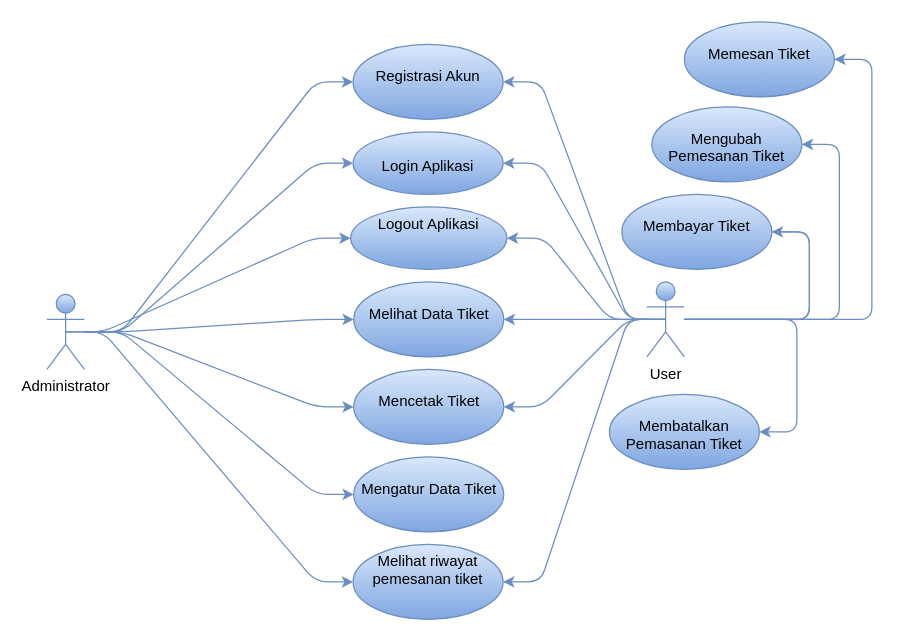
Before: useCaseDiagram.drawio in ricky3knowhere/IF214002, a draw.io diagram. Source tidied: cells renumbered, new cells numbered last; positions are measured from the earlier drawing's top-left corner, leaving out a move shared by most shapes. Both pictures are drawn from the tidied source at 125%, with x=0, y=0 at pixel (46, 21).
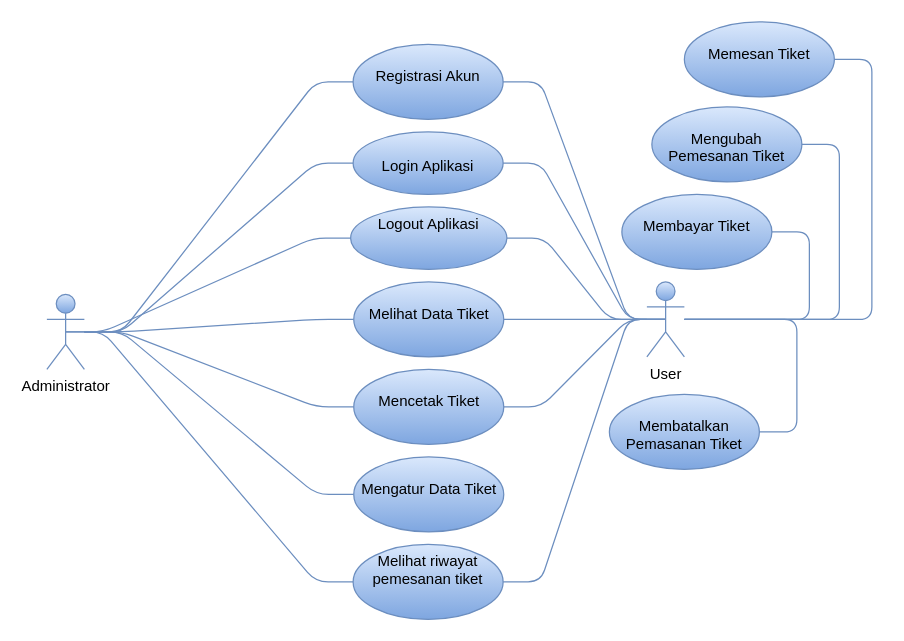
After the change.

The change refers to these unchanged cells:
```xml
<mxCell id="9" value="Administrator" style="shape=umlActor;verticalLabelPosition=bottom;verticalAlign=top;html=1;fillColor=#dae8fc;strokeColor=#6c8ebf;gradientColor=#7ea6e0;" parent="1" vertex="1">
  <mxGeometry y="218" width="30" height="60" as="geometry" />
</mxCell>
<mxCell id="10" value="&lt;p align=&quot;center&quot;&gt;&lt;span lang=&quot;EN-US&quot;&gt;Registrasi Akun&lt;/span&gt;&lt;/p&gt;" style="ellipse;whiteSpace=wrap;html=1;verticalAlign=top;fillColor=#dae8fc;strokeColor=#6c8ebf;gradientColor=#7ea6e0;" parent="1" vertex="1">
  <mxGeometry x="245" y="18" width="120" height="60" as="geometry" />
</mxCell>
<mxCell id="11" value="&lt;div&gt;&lt;br&gt;&lt;/div&gt;&lt;div&gt;Login Aplikasi&lt;/div&gt;" style="ellipse;whiteSpace=wrap;html=1;verticalAlign=top;fillColor=#dae8fc;strokeColor=#6c8ebf;gradientColor=#7ea6e0;" parent="1" vertex="1">
  <mxGeometry x="245" y="88" width="120" height="50" as="geometry" />
</mxCell>
<mxCell id="12" value="&lt;p align=&quot;center&quot;&gt;&lt;span lang=&quot;EN-US&quot;&gt;Melihat Data Tiket&lt;/span&gt;&lt;/p&gt;" style="ellipse;whiteSpace=wrap;html=1;verticalAlign=top;fillColor=#dae8fc;strokeColor=#6c8ebf;gradientColor=#7ea6e0;" parent="1" vertex="1">
  <mxGeometry x="245.5" y="208" width="120" height="60" as="geometry" />
</mxCell>
<mxCell id="13" value="&lt;p align=&quot;center&quot;&gt;&lt;span lang=&quot;EN-US&quot;&gt;Mencetak Tiket&lt;/span&gt;&lt;/p&gt;" style="ellipse;whiteSpace=wrap;html=1;verticalAlign=top;fillColor=#dae8fc;strokeColor=#6c8ebf;gradientColor=#7ea6e0;" parent="1" vertex="1">
  <mxGeometry x="245.5" y="278" width="120" height="60" as="geometry" />
</mxCell>
<mxCell id="14" value="&lt;p align=&quot;center&quot;&gt;&lt;span lang=&quot;EN-US&quot;&gt;Mengatur Data Tiket&lt;/span&gt;&lt;/p&gt;" style="ellipse;whiteSpace=wrap;html=1;verticalAlign=top;fillColor=#dae8fc;strokeColor=#6c8ebf;gradientColor=#7ea6e0;" parent="1" vertex="1">
  <mxGeometry x="245.5" y="348" width="120" height="60" as="geometry" />
</mxCell>
<mxCell id="25" value="User" style="shape=umlActor;verticalLabelPosition=bottom;verticalAlign=top;html=1;outlineConnect=0;fillColor=#dae8fc;strokeColor=#6c8ebf;gradientColor=#7ea6e0;" parent="1" vertex="1">
  <mxGeometry x="480" y="208" width="30" height="60" as="geometry" />
</mxCell>
<mxCell id="26" value="&lt;p align=&quot;center&quot;&gt;&lt;span lang=&quot;EN-US&quot;&gt;Memesan Tiket&lt;/span&gt;&lt;/p&gt;" style="ellipse;whiteSpace=wrap;html=1;verticalAlign=top;fillColor=#dae8fc;strokeColor=#6c8ebf;gradientColor=#7ea6e0;" parent="1" vertex="1">
  <mxGeometry x="510" width="120" height="60" as="geometry" />
</mxCell>
<mxCell id="27" value="&lt;p align=&quot;center&quot;&gt;&lt;span lang=&quot;EN-US&quot;&gt;Membatalkan Pemasanan Tiket&lt;/span&gt;&lt;/p&gt;" style="ellipse;whiteSpace=wrap;html=1;verticalAlign=top;fillColor=#dae8fc;strokeColor=#6c8ebf;gradientColor=#7ea6e0;" parent="1" vertex="1">
  <mxGeometry x="450" y="298" width="120" height="60" as="geometry" />
</mxCell>
<mxCell id="28" value="&lt;p align=&quot;center&quot;&gt;&lt;span lang=&quot;EN-US&quot;&gt;Mengubah Pemesanan Tiket&lt;/span&gt;&lt;/p&gt;" style="ellipse;whiteSpace=wrap;html=1;verticalAlign=top;fillColor=#dae8fc;strokeColor=#6c8ebf;gradientColor=#7ea6e0;" parent="1" vertex="1">
  <mxGeometry x="484" y="68" width="120" height="60" as="geometry" />
</mxCell>
<mxCell id="29" value=" Melihat riwayat pemesanan tiket" style="ellipse;whiteSpace=wrap;html=1;verticalAlign=top;fillColor=#dae8fc;strokeColor=#6c8ebf;gradientColor=#7ea6e0;" parent="1" vertex="1">
  <mxGeometry x="245" y="418" width="120" height="60" as="geometry" />
</mxCell>
<mxCell id="30" value="Logout Aplikasi" style="ellipse;whiteSpace=wrap;html=1;verticalAlign=top;fillColor=#dae8fc;strokeColor=#6c8ebf;gradientColor=#7ea6e0;" parent="1" vertex="1">
  <mxGeometry x="243" y="148" width="125" height="50" as="geometry" />
</mxCell>
<mxCell id="31" value="&lt;p align=&quot;center&quot;&gt;&lt;span lang=&quot;EN-US&quot;&gt;Membayar Tiket&lt;/span&gt;&lt;/p&gt;" style="ellipse;whiteSpace=wrap;html=1;verticalAlign=top;fillColor=#dae8fc;strokeColor=#6c8ebf;gradientColor=#7ea6e0;" parent="1" vertex="1">
  <mxGeometry x="460" y="138" width="120" height="60" as="geometry" />
</mxCell>
```

Diff of the diagram source:
```diff
@@
-    <mxCell id="2" style="rounded=1;jettySize=auto;html=1;elbow=vertical;edgeStyle=entityRelationEdgeStyle;fillColor=#dae8fc;strokeColor=#6c8ebf;gradientColor=#7ea6e0;" parent="1" edge="1" source="9" target="10">
+    <mxCell id="2" style="rounded=1;jettySize=auto;html=1;elbow=vertical;edgeStyle=entityRelationEdgeStyle;fillColor=#dae8fc;strokeColor=#6c8ebf;gradientColor=#7ea6e0;endArrow=none;endFill=0;" parent="1" edge="1" source="9" target="10">
       <mxGeometry relative="1" as="geometry" />
     </mxCell>
-    <mxCell id="3" style="rounded=1;jettySize=auto;html=1;elbow=vertical;edgeStyle=entityRelationEdgeStyle;fillColor=#dae8fc;strokeColor=#6c8ebf;gradientColor=#7ea6e0;" parent="1" edge="1" source="9" target="11">
+    <mxCell id="3" style="rounded=1;jettySize=auto;html=1;elbow=vertical;edgeStyle=entityRelationEdgeStyle;fillColor=#dae8fc;strokeColor=#6c8ebf;gradientColor=#7ea6e0;endArrow=none;endFill=0;" parent="1" edge="1" source="9" target="11">
       <mxGeometry relative="1" as="geometry" />
     </mxCell>
-    <mxCell id="4" style="rounded=1;jettySize=auto;html=1;elbow=vertical;edgeStyle=entityRelationEdgeStyle;fillColor=#dae8fc;strokeColor=#6c8ebf;gradientColor=#7ea6e0;" parent="1" edge="1" source="9" target="12">
+    <mxCell id="4" style="rounded=1;jettySize=auto;html=1;elbow=vertical;edgeStyle=entityRelationEdgeStyle;fillColor=#dae8fc;strokeColor=#6c8ebf;gradientColor=#7ea6e0;endArrow=none;endFill=0;" parent="1" edge="1" source="9" target="12">
       <mxGeometry relative="1" as="geometry" />
     </mxCell>
-    <mxCell id="5" style="rounded=1;jettySize=auto;html=1;elbow=vertical;edgeStyle=entityRelationEdgeStyle;fillColor=#dae8fc;strokeColor=#6c8ebf;gradientColor=#7ea6e0;" parent="1" edge="1" source="9" target="13">
+    <mxCell id="5" style="rounded=1;jettySize=auto;html=1;elbow=vertical;edgeStyle=entityRelationEdgeStyle;fillColor=#dae8fc;strokeColor=#6c8ebf;gradientColor=#7ea6e0;endArrow=none;endFill=0;" parent="1" edge="1" source="9" target="13">
       <mxGeometry relative="1" as="geometry" />
     </mxCell>
-    <mxCell id="6" style="rounded=1;jettySize=auto;html=1;elbow=vertical;edgeStyle=entityRelationEdgeStyle;fillColor=#dae8fc;strokeColor=#6c8ebf;gradientColor=#7ea6e0;" parent="1" edge="1" source="9" target="14">
+    <mxCell id="6" style="rounded=1;jettySize=auto;html=1;elbow=vertical;edgeStyle=entityRelationEdgeStyle;fillColor=#dae8fc;strokeColor=#6c8ebf;gradientColor=#7ea6e0;endArrow=none;endFill=0;" parent="1" edge="1" source="9" target="14">
       <mxGeometry relative="1" as="geometry" />
     </mxCell>
-    <mxCell id="7" style="edgeStyle=entityRelationEdgeStyle;jettySize=auto;html=1;exitX=0.5;exitY=0.5;exitDx=0;exitDy=0;exitPerimeter=0;entryX=0;entryY=0.5;entryDx=0;entryDy=0;rounded=1;fillColor=#dae8fc;strokeColor=#6c8ebf;gradientColor=#7ea6e0;" parent="1" edge="1" source="9" target="30">
+    <mxCell id="7" style="edgeStyle=entityRelationEdgeStyle;jettySize=auto;html=1;exitX=0.5;exitY=0.5;exitDx=0;exitDy=0;exitPerimeter=0;entryX=0;entryY=0.5;entryDx=0;entryDy=0;rounded=1;fillColor=#dae8fc;strokeColor=#6c8ebf;gradientColor=#7ea6e0;endArrow=none;endFill=0;" parent="1" edge="1" source="9" target="30">
       <mxGeometry relative="1" as="geometry" />
     </mxCell>
-    <mxCell id="8" style="edgeStyle=entityRelationEdgeStyle;rounded=1;jettySize=auto;html=1;exitX=0.5;exitY=0.5;exitDx=0;exitDy=0;exitPerimeter=0;elbow=vertical;fillColor=#dae8fc;strokeColor=#6c8ebf;gradientColor=#7ea6e0;" parent="1" edge="1" source="9" target="29">
+    <mxCell id="8" style="edgeStyle=entityRelationEdgeStyle;rounded=1;jettySize=auto;html=1;exitX=0.5;exitY=0.5;exitDx=0;exitDy=0;exitPerimeter=0;elbow=vertical;fillColor=#dae8fc;strokeColor=#6c8ebf;gradientColor=#7ea6e0;endArrow=none;endFill=0;" parent="1" edge="1" source="9" target="29">
       <mxGeometry relative="1" as="geometry" />
     </mxCell>
@@
-    <mxCell id="15" style="rounded=1;jettySize=auto;html=1;elbow=vertical;edgeStyle=entityRelationEdgeStyle;fillColor=#dae8fc;strokeColor=#6c8ebf;gradientColor=#7ea6e0;" parent="1" edge="1" source="25" target="26">
+    <mxCell id="15" style="rounded=1;jettySize=auto;html=1;elbow=vertical;edgeStyle=entityRelationEdgeStyle;fillColor=#dae8fc;strokeColor=#6c8ebf;gradientColor=#7ea6e0;endArrow=none;endFill=0;" parent="1" edge="1" source="25" target="26">
       <mxGeometry relative="1" as="geometry" />
     </mxCell>
-    <mxCell id="16" style="rounded=1;jettySize=auto;html=1;elbow=vertical;edgeStyle=entityRelationEdgeStyle;fillColor=#dae8fc;strokeColor=#6c8ebf;gradientColor=#7ea6e0;" parent="1" edge="1" source="25" target="27">
+    <mxCell id="16" style="rounded=1;jettySize=auto;html=1;elbow=vertical;edgeStyle=entityRelationEdgeStyle;fillColor=#dae8fc;strokeColor=#6c8ebf;gradientColor=#7ea6e0;endArrow=none;endFill=0;" parent="1" edge="1" source="25" target="27">
       <mxGeometry relative="1" as="geometry" />
     </mxCell>
-    <mxCell id="17" style="rounded=1;jettySize=auto;html=1;elbow=vertical;edgeStyle=entityRelationEdgeStyle;fillColor=#dae8fc;strokeColor=#6c8ebf;gradientColor=#7ea6e0;" parent="1" edge="1" source="25" target="31">
+    <mxCell id="17" style="rounded=1;jettySize=auto;html=1;elbow=vertical;edgeStyle=entityRelationEdgeStyle;fillColor=#dae8fc;strokeColor=#6c8ebf;gradientColor=#7ea6e0;endArrow=none;endFill=0;" parent="1" edge="1" source="25" target="31">
       <mxGeometry relative="1" as="geometry" />
     </mxCell>
-    <mxCell id="18" style="rounded=1;jettySize=auto;html=1;elbow=vertical;edgeStyle=entityRelationEdgeStyle;fillColor=#dae8fc;strokeColor=#6c8ebf;gradientColor=#7ea6e0;" parent="1" edge="1" source="25" target="28">
+    <mxCell id="18" style="rounded=1;jettySize=auto;html=1;elbow=vertical;edgeStyle=entityRelationEdgeStyle;fillColor=#dae8fc;strokeColor=#6c8ebf;gradientColor=#7ea6e0;endArrow=none;endFill=0;" parent="1" edge="1" source="25" target="28">
       <mxGeometry relative="1" as="geometry" />
     </mxCell>
-    <mxCell id="19" style="rounded=1;jettySize=auto;html=1;elbow=vertical;edgeStyle=entityRelationEdgeStyle;fillColor=#dae8fc;strokeColor=#6c8ebf;gradientColor=#7ea6e0;" parent="1" edge="1" source="25" target="30">
+    <mxCell id="19" style="rounded=1;jettySize=auto;html=1;elbow=vertical;edgeStyle=entityRelationEdgeStyle;fillColor=#dae8fc;strokeColor=#6c8ebf;gradientColor=#7ea6e0;endArrow=none;endFill=0;" parent="1" edge="1" source="25" target="30">
       <mxGeometry relative="1" as="geometry" />
     </mxCell>
-    <mxCell id="20" style="edgeStyle=entityRelationEdgeStyle;rounded=1;jettySize=auto;html=1;exitX=0.5;exitY=0.5;exitDx=0;exitDy=0;exitPerimeter=0;elbow=vertical;fillColor=#dae8fc;strokeColor=#6c8ebf;gradientColor=#7ea6e0;" parent="1" edge="1" source="25" target="12">
+    <mxCell id="20" style="edgeStyle=entityRelationEdgeStyle;rounded=1;jettySize=auto;html=1;exitX=0.5;exitY=0.5;exitDx=0;exitDy=0;exitPerimeter=0;elbow=vertical;fillColor=#dae8fc;strokeColor=#6c8ebf;gradientColor=#7ea6e0;endArrow=none;endFill=0;" parent="1" edge="1" source="25" target="12">
       <mxGeometry relative="1" as="geometry" />
     </mxCell>
-    <mxCell id="21" style="edgeStyle=entityRelationEdgeStyle;rounded=1;jettySize=auto;html=1;exitX=0.5;exitY=0.5;exitDx=0;exitDy=0;exitPerimeter=0;elbow=vertical;fillColor=#dae8fc;strokeColor=#6c8ebf;gradientColor=#7ea6e0;" parent="1" edge="1" source="25" target="13">
+    <mxCell id="21" style="edgeStyle=entityRelationEdgeStyle;rounded=1;jettySize=auto;html=1;exitX=0.5;exitY=0.5;exitDx=0;exitDy=0;exitPerimeter=0;elbow=vertical;fillColor=#dae8fc;strokeColor=#6c8ebf;gradientColor=#7ea6e0;endArrow=none;endFill=0;" parent="1" edge="1" source="25" target="13">
       <mxGeometry relative="1" as="geometry" />
     </mxCell>
-    <mxCell id="22" style="edgeStyle=entityRelationEdgeStyle;rounded=1;jettySize=auto;html=1;exitX=0.5;exitY=0.5;exitDx=0;exitDy=0;exitPerimeter=0;entryX=1;entryY=0.5;entryDx=0;entryDy=0;elbow=vertical;fillColor=#dae8fc;strokeColor=#6c8ebf;gradientColor=#7ea6e0;" parent="1" edge="1" source="25" target="10">
+    <mxCell id="22" style="edgeStyle=entityRelationEdgeStyle;rounded=1;jettySize=auto;html=1;exitX=0.5;exitY=0.5;exitDx=0;exitDy=0;exitPerimeter=0;entryX=1;entryY=0.5;entryDx=0;entryDy=0;elbow=vertical;fillColor=#dae8fc;strokeColor=#6c8ebf;gradientColor=#7ea6e0;endArrow=none;endFill=0;" parent="1" edge="1" source="25" target="10">
       <mxGeometry relative="1" as="geometry" />
     </mxCell>
-    <mxCell id="23" style="edgeStyle=entityRelationEdgeStyle;rounded=1;jettySize=auto;html=1;exitX=0.5;exitY=0.5;exitDx=0;exitDy=0;exitPerimeter=0;entryX=1;entryY=0.5;entryDx=0;entryDy=0;elbow=vertical;fillColor=#dae8fc;strokeColor=#6c8ebf;gradientColor=#7ea6e0;" parent="1" edge="1" source="25" target="11">
+    <mxCell id="23" style="edgeStyle=entityRelationEdgeStyle;rounded=1;jettySize=auto;html=1;exitX=0.5;exitY=0.5;exitDx=0;exitDy=0;exitPerimeter=0;entryX=1;entryY=0.5;entryDx=0;entryDy=0;elbow=vertical;fillColor=#dae8fc;strokeColor=#6c8ebf;gradientColor=#7ea6e0;endArrow=none;endFill=0;" parent="1" edge="1" source="25" target="11">
       <mxGeometry relative="1" as="geometry" />
     </mxCell>
-    <mxCell id="24" style="edgeStyle=entityRelationEdgeStyle;rounded=1;jettySize=auto;html=1;exitX=0.5;exitY=0.5;exitDx=0;exitDy=0;exitPerimeter=0;elbow=vertical;fillColor=#dae8fc;strokeColor=#6c8ebf;gradientColor=#7ea6e0;" parent="1" edge="1" source="25" target="29">
+    <mxCell id="24" style="edgeStyle=entityRelationEdgeStyle;rounded=1;jettySize=auto;html=1;exitX=0.5;exitY=0.5;exitDx=0;exitDy=0;exitPerimeter=0;elbow=vertical;fillColor=#dae8fc;strokeColor=#6c8ebf;gradientColor=#7ea6e0;endArrow=none;endFill=0;" parent="1" edge="1" source="25" target="29">
       <mxGeometry relative="1" as="geometry" />
     </mxCell>
@@
-    <mxCell id="32" style="rounded=1;jettySize=auto;html=1;elbow=vertical;edgeStyle=entityRelationEdgeStyle;endArrow=none;fillColor=#dae8fc;strokeColor=#6c8ebf;gradientColor=#7ea6e0;" parent="1" edge="1" source="25" target="31">
-      <mxGeometry relative="1" as="geometry" />
-    </mxCell>
```
